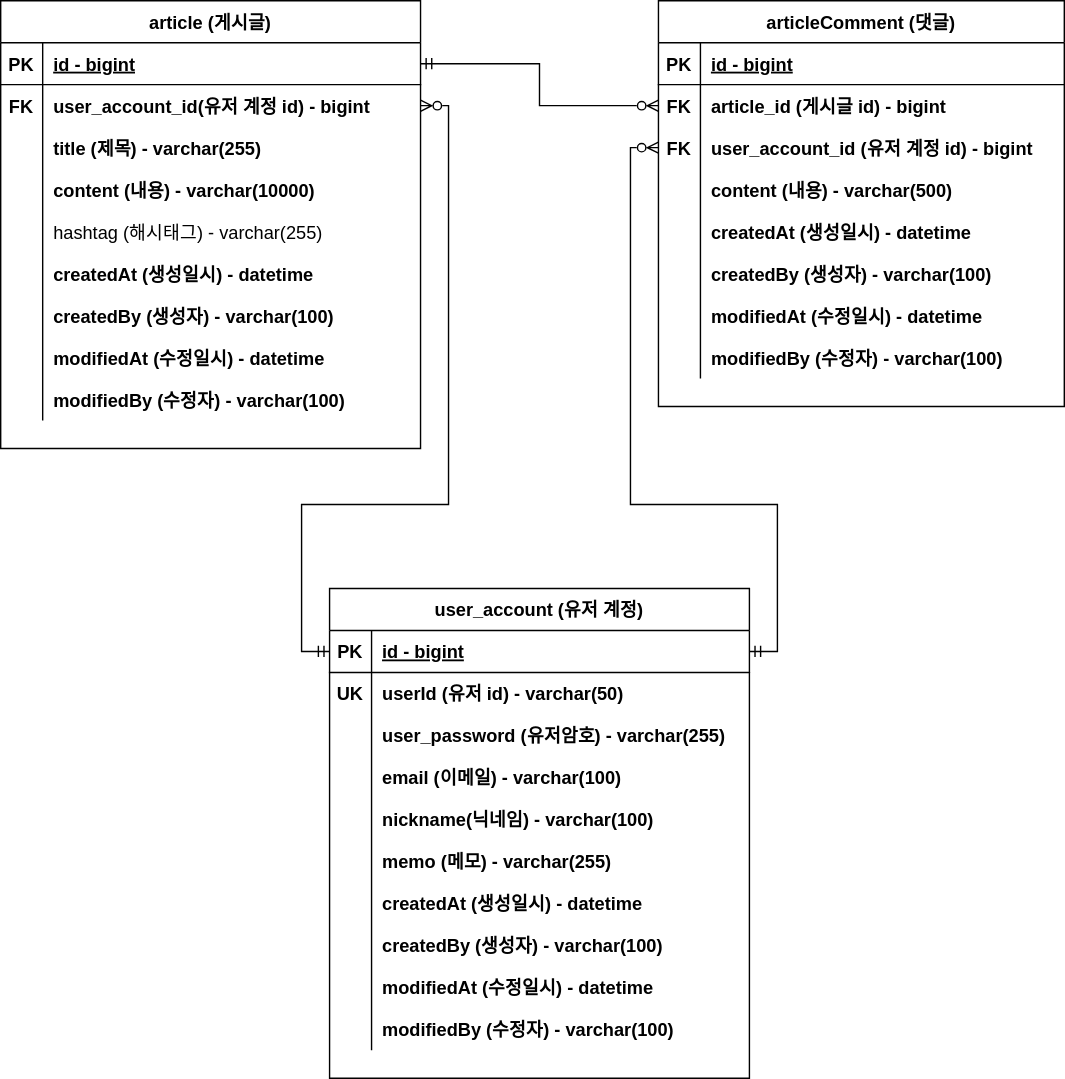
Above: document/board-project.drawio.svg in Seong-Hoon-Lim/fastcampus-board-project (draw.io), before the change. Source tidied: cells renumbered, new cells last; positions are measured from the earlier drawing's top-left corner, leaving out a move shared by most shapes.
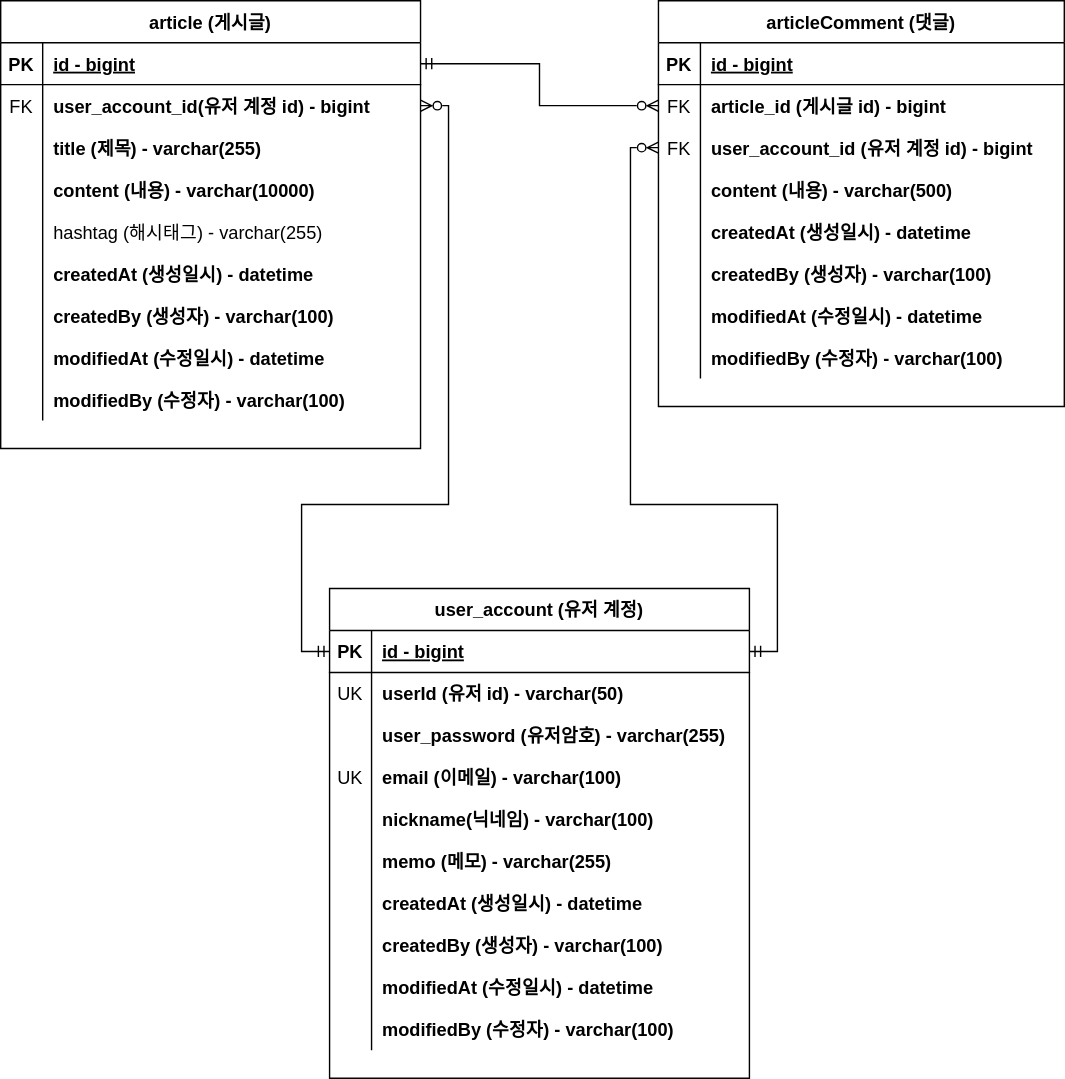
The same file after the commit.

Commit message:
#24 - erd 업데이트: 회원 계정 도메인의 이메일에 유니크 키 추가

Diff of the diagram source:
```diff
@@ -17,7 +17,7 @@
     <mxCell id="6" style="shape=partialRectangle;fillColor=none;points=[[0,0.5],[1,0.5]];portConstraint=eastwest;top=0;left=0;right=0;bottom=0;fontSize=13;" parent="2" vertex="1">
       <mxGeometry y="60" width="300" height="30" as="geometry" />
     </mxCell>
-    <mxCell id="7" value="FK" style="shape=partialRectangle;overflow=hidden;fillColor=none;top=0;left=0;bottom=0;right=0;fontSize=13;fontStyle=1;" parent="6" vertex="1">
+    <mxCell id="7" value="FK" style="shape=partialRectangle;overflow=hidden;fillColor=none;top=0;left=0;bottom=0;right=0;fontSize=13;fontStyle=0;" parent="6" vertex="1">
       <mxGeometry width="30" height="30" as="geometry" />
     </mxCell>
     <mxCell id="8" value="user_account_id(유저 계정 id) - bigint" style="shape=partialRectangle;overflow=hidden;fillColor=none;top=0;left=0;bottom=0;right=0;align=left;spacingLeft=6;fontStyle=1;fontSize=13;" parent="6" vertex="1">
@@ -101,7 +101,7 @@
     <mxCell id="34" style="shape=partialRectangle;fillColor=none;points=[[0,0.5],[1,0.5]];portConstraint=eastwest;top=0;left=0;right=0;bottom=0;fontSize=13;" parent="30" vertex="1">
       <mxGeometry y="60" width="290" height="30" as="geometry" />
     </mxCell>
-    <mxCell id="35" value="FK" style="shape=partialRectangle;overflow=hidden;fillColor=none;top=0;left=0;bottom=0;right=0;fontSize=13;fontStyle=1;" parent="34" vertex="1">
+    <mxCell id="35" value="FK" style="shape=partialRectangle;overflow=hidden;fillColor=none;top=0;left=0;bottom=0;right=0;fontSize=13;fontStyle=0;" parent="34" vertex="1">
       <mxGeometry width="30" height="30" as="geometry" />
     </mxCell>
     <mxCell id="36" value="article_id (게시글 id) - bigint" style="shape=partialRectangle;overflow=hidden;fillColor=none;top=0;left=0;bottom=0;right=0;align=left;spacingLeft=6;fontStyle=1;fontSize=13;" parent="34" vertex="1">
@@ -110,7 +110,7 @@
     <mxCell id="37" style="shape=partialRectangle;fillColor=none;points=[[0,0.5],[1,0.5]];portConstraint=eastwest;top=0;left=0;right=0;bottom=0;fontSize=13;" parent="30" vertex="1">
       <mxGeometry y="90" width="290" height="30" as="geometry" />
     </mxCell>
-    <mxCell id="38" value="FK" style="shape=partialRectangle;overflow=hidden;fillColor=none;top=0;left=0;bottom=0;right=0;fontSize=13;fontStyle=1;" parent="37" vertex="1">
+    <mxCell id="38" value="FK" style="shape=partialRectangle;overflow=hidden;fillColor=none;top=0;left=0;bottom=0;right=0;fontSize=13;fontStyle=0;" parent="37" vertex="1">
       <mxGeometry width="30" height="30" as="geometry" />
     </mxCell>
     <mxCell id="39" value="user_account_id (유저 계정 id) - bigint" style="shape=partialRectangle;overflow=hidden;fillColor=none;top=0;left=0;bottom=0;right=0;align=left;spacingLeft=6;fontStyle=1;fontSize=13;" parent="37" vertex="1">
@@ -179,7 +179,7 @@
     <mxCell id="60" style="shape=partialRectangle;fillColor=none;top=0;left=0;right=0;bottom=0;fontSize=13;" parent="56" vertex="1">
       <mxGeometry y="60" width="300" height="30" as="geometry" />
     </mxCell>
-    <mxCell id="61" value="UK" style="shape=partialRectangle;overflow=hidden;fillColor=none;top=0;left=0;bottom=0;right=0;fontSize=13;fontStyle=1;" parent="60" vertex="1">
+    <mxCell id="61" value="UK" style="shape=partialRectangle;overflow=hidden;fillColor=none;top=0;left=0;bottom=0;right=0;fontSize=13;fontStyle=0;" parent="60" vertex="1">
       <mxGeometry width="30" height="30" as="geometry" />
     </mxCell>
     <mxCell id="62" value="userId (유저 id) - varchar(50)" style="shape=partialRectangle;overflow=hidden;fillColor=none;top=0;left=0;bottom=0;right=0;align=left;spacingLeft=6;fontStyle=1;fontSize=13;" parent="60" vertex="1">
@@ -197,7 +197,7 @@
     <mxCell id="66" style="shape=partialRectangle;fillColor=none;top=0;left=0;right=0;bottom=0;fontSize=13;" parent="56" vertex="1">
       <mxGeometry y="120" width="300" height="30" as="geometry" />
     </mxCell>
-    <mxCell id="67" style="shape=partialRectangle;overflow=hidden;fillColor=none;top=0;left=0;bottom=0;right=0;fontSize=13;" parent="66" vertex="1">
+    <mxCell id="67" value="UK" style="shape=partialRectangle;overflow=hidden;fillColor=none;top=0;left=0;bottom=0;right=0;fontSize=13;" parent="66" vertex="1">
       <mxGeometry width="30" height="30" as="geometry" />
     </mxCell>
     <mxCell id="68" value="email (이메일) - varchar(100)" style="shape=partialRectangle;overflow=hidden;fillColor=none;top=0;left=0;bottom=0;right=0;align=left;spacingLeft=6;fontStyle=1;fontSize=13;" parent="66" vertex="1">
```
